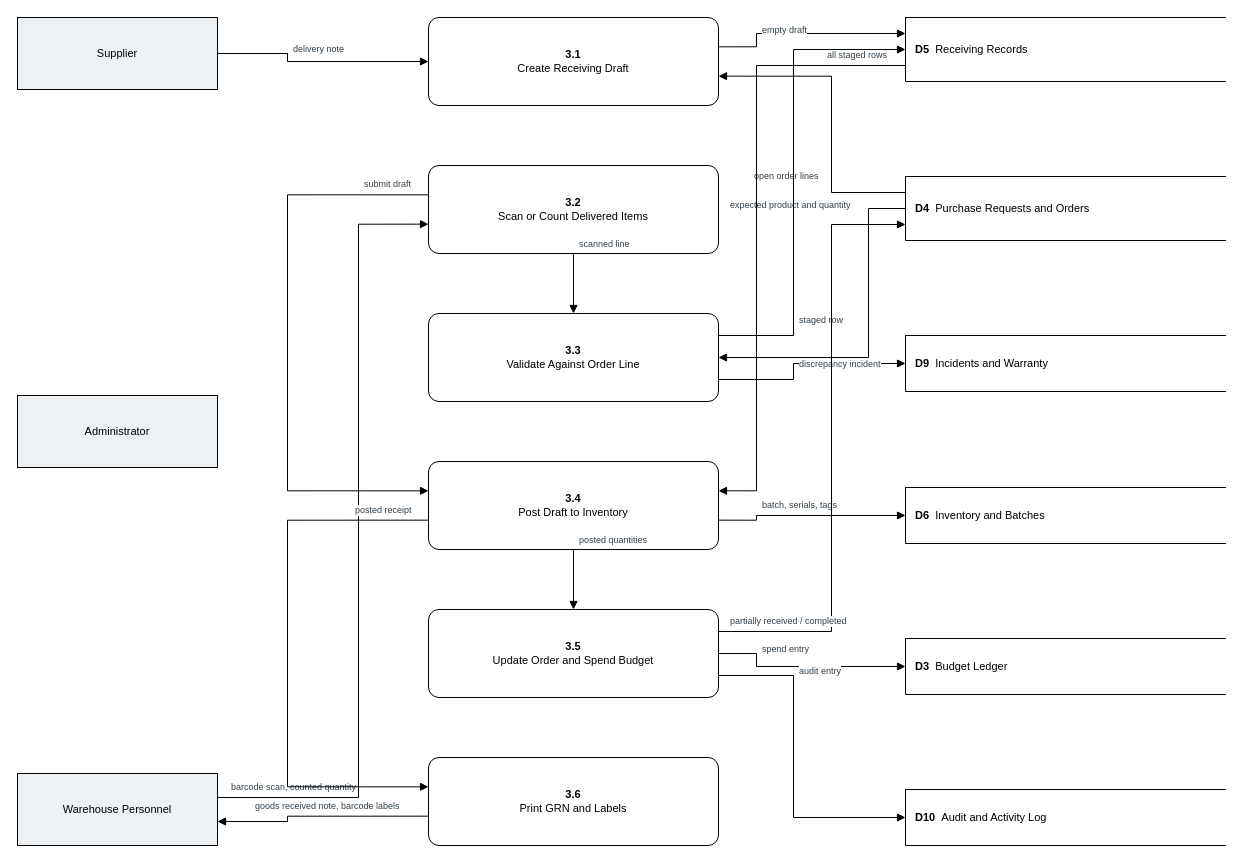
Before: docs/dfd-drawio-single/Level-2-Process-3-0-Receiving.drawio in GROUP34-AirkingCapsProj/group34, a draw.io diagram. Source tidied: cells renumbered, new cells numbered last; positions are measured from the earlier drawing's top-left corner, leaving out a move shared by most shapes. Both pictures are drawn from the tidied source at 100%, with x=0, y=0 at pixel (17, 17).
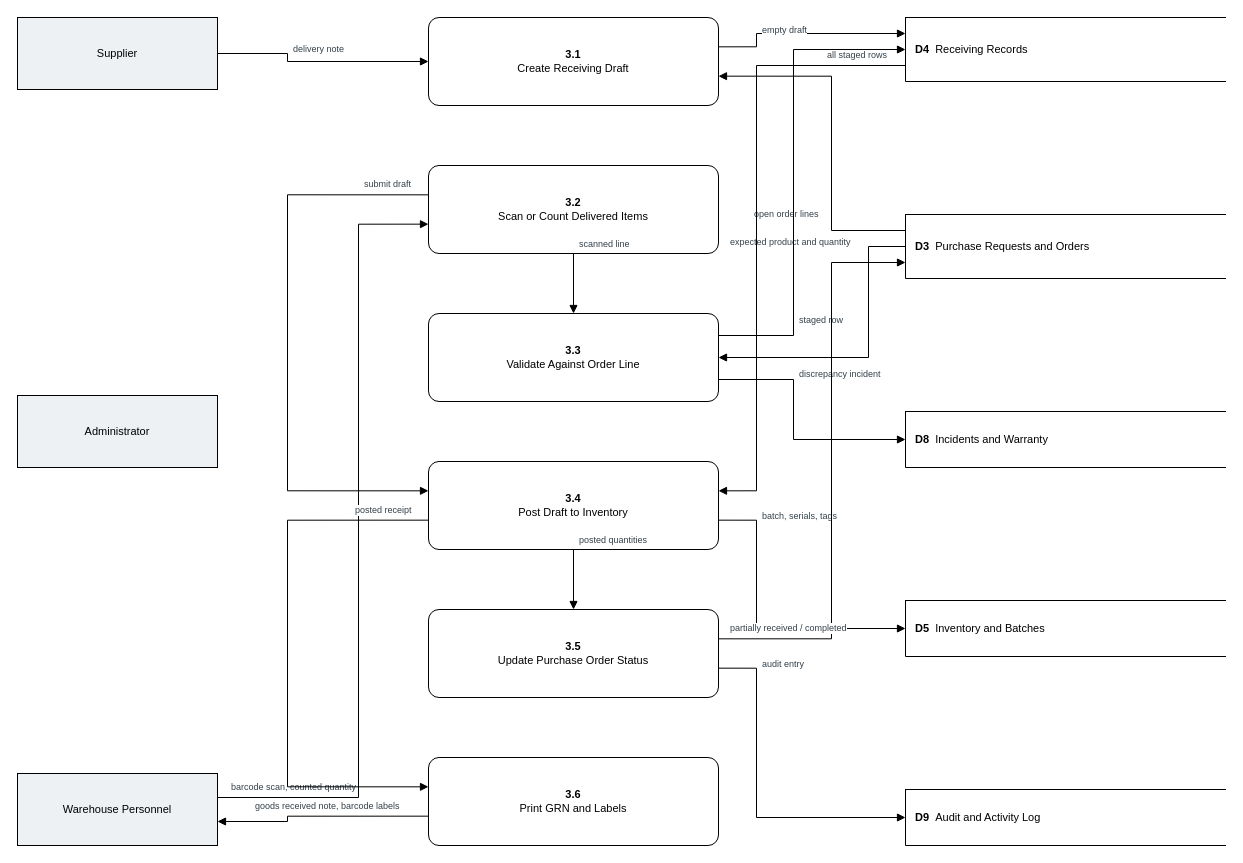
The same diagram, later.

The change refers to these unchanged cells:
```xml
<mxCell id="11" value="&lt;b&gt;3.1&lt;/b&gt;&lt;br&gt;Create Receiving Draft" style="rounded=1;arcSize=12;whiteSpace=wrap;html=1;fillColor=#ffffff;strokeColor=#000000;fontColor=#000000;fontSize=11;verticalAlign=middle;" parent="1" vertex="1">
  <mxGeometry x="411" width="290" height="88" as="geometry" />
</mxCell>
<mxCell id="13" value="&lt;b&gt;3.3&lt;/b&gt;&lt;br&gt;Validate Against Order Line" style="rounded=1;arcSize=12;whiteSpace=wrap;html=1;fillColor=#ffffff;strokeColor=#000000;fontColor=#000000;fontSize=11;verticalAlign=middle;" parent="1" vertex="1">
  <mxGeometry x="411" y="296" width="290" height="88" as="geometry" />
</mxCell>
<mxCell id="14" value="&lt;b&gt;3.4&lt;/b&gt;&lt;br&gt;Post Draft to Inventory" style="rounded=1;arcSize=12;whiteSpace=wrap;html=1;fillColor=#ffffff;strokeColor=#000000;fontColor=#000000;fontSize=11;verticalAlign=middle;" parent="1" vertex="1">
  <mxGeometry x="411" y="444" width="290" height="88" as="geometry" />
</mxCell>
```

Change to the diagram source:
```diff
@@
-    <mxCell id="5" value="&lt;b&gt;D5&lt;/b&gt;&amp;nbsp;&amp;nbsp;Receiving Records" style="shape=partialRectangle;right=0;whiteSpace=wrap;html=1;fillColor=#ffffff;strokeColor=#000000;fontColor=#000000;fontSize=11;align=left;spacingLeft=8;" parent="1" vertex="1">
+    <mxCell id="5" value="&lt;b&gt;D4&lt;/b&gt;&amp;nbsp;&amp;nbsp;Receiving Records" style="shape=partialRectangle;right=0;whiteSpace=wrap;html=1;fillColor=#ffffff;strokeColor=#000000;fontColor=#000000;fontSize=11;align=left;spacingLeft=8;" parent="1" vertex="1">
       <mxGeometry x="888" width="320" height="64" as="geometry" />
     </mxCell>
-    <mxCell id="6" value="&lt;b&gt;D4&lt;/b&gt;&amp;nbsp;&amp;nbsp;Purchase Requests and Orders" style="shape=partialRectangle;right=0;whiteSpace=wrap;html=1;fillColor=#ffffff;strokeColor=#000000;fontColor=#000000;fontSize=11;align=left;spacingLeft=8;" parent="1" vertex="1">
-      <mxGeometry x="888" y="159" width="320" height="64" as="geometry" />
+    <mxCell id="6" value="&lt;b&gt;D3&lt;/b&gt;&amp;nbsp;&amp;nbsp;Purchase Requests and Orders" style="shape=partialRectangle;right=0;whiteSpace=wrap;html=1;fillColor=#ffffff;strokeColor=#000000;fontColor=#000000;fontSize=11;align=left;spacingLeft=8;" parent="1" vertex="1">
+      <mxGeometry x="888" y="197" width="320" height="64" as="geometry" />
     </mxCell>
-    <mxCell id="7" value="&lt;b&gt;D9&lt;/b&gt;&amp;nbsp;&amp;nbsp;Incidents and Warranty" style="shape=partialRectangle;right=0;whiteSpace=wrap;html=1;fillColor=#ffffff;strokeColor=#000000;fontColor=#000000;fontSize=11;align=left;spacingLeft=8;" parent="1" vertex="1">
-      <mxGeometry x="888" y="318" width="320" height="56" as="geometry" />
+    <mxCell id="7" value="&lt;b&gt;D8&lt;/b&gt;&amp;nbsp;&amp;nbsp;Incidents and Warranty" style="shape=partialRectangle;right=0;whiteSpace=wrap;html=1;fillColor=#ffffff;strokeColor=#000000;fontColor=#000000;fontSize=11;align=left;spacingLeft=8;" parent="1" vertex="1">
+      <mxGeometry x="888" y="394" width="320" height="56" as="geometry" />
     </mxCell>
-    <mxCell id="8" value="&lt;b&gt;D6&lt;/b&gt;&amp;nbsp;&amp;nbsp;Inventory and Batches" style="shape=partialRectangle;right=0;whiteSpace=wrap;html=1;fillColor=#ffffff;strokeColor=#000000;fontColor=#000000;fontSize=11;align=left;spacingLeft=8;" parent="1" vertex="1">
-      <mxGeometry x="888" y="470" width="320" height="56" as="geometry" />
+    <mxCell id="8" value="&lt;b&gt;D5&lt;/b&gt;&amp;nbsp;&amp;nbsp;Inventory and Batches" style="shape=partialRectangle;right=0;whiteSpace=wrap;html=1;fillColor=#ffffff;strokeColor=#000000;fontColor=#000000;fontSize=11;align=left;spacingLeft=8;" parent="1" vertex="1">
+      <mxGeometry x="888" y="583" width="320" height="56" as="geometry" />
     </mxCell>
-    <mxCell id="9" value="&lt;b&gt;D3&lt;/b&gt;&amp;nbsp;&amp;nbsp;Budget Ledger" style="shape=partialRectangle;right=0;whiteSpace=wrap;html=1;fillColor=#ffffff;strokeColor=#000000;fontColor=#000000;fontSize=11;align=left;spacingLeft=8;" parent="1" vertex="1">
-      <mxGeometry x="888" y="621" width="320" height="56" as="geometry" />
-    </mxCell>
-    <mxCell id="10" value="&lt;b&gt;D10&lt;/b&gt;&amp;nbsp;&amp;nbsp;Audit and Activity Log" style="shape=partialRectangle;right=0;whiteSpace=wrap;html=1;fillColor=#ffffff;strokeColor=#000000;fontColor=#000000;fontSize=11;align=left;spacingLeft=8;" parent="1" vertex="1">
+    <mxCell id="10" value="&lt;b&gt;D9&lt;/b&gt;&amp;nbsp;&amp;nbsp;Audit and Activity Log" style="shape=partialRectangle;right=0;whiteSpace=wrap;html=1;fillColor=#ffffff;strokeColor=#000000;fontColor=#000000;fontSize=11;align=left;spacingLeft=8;" parent="1" vertex="1">
       <mxGeometry x="888" y="772" width="320" height="56" as="geometry" />
     </mxCell>
@@
-    <mxCell id="15" value="&lt;b&gt;3.5&lt;/b&gt;&lt;br&gt;Update Order and Spend Budget" style="rounded=1;arcSize=12;whiteSpace=wrap;html=1;fillColor=#ffffff;strokeColor=#000000;fontColor=#000000;fontSize=11;verticalAlign=middle;" parent="1" vertex="1">
+    <mxCell id="15" value="&lt;b&gt;3.5&lt;/b&gt;&lt;br&gt;Update Purchase Order Status" style="rounded=1;arcSize=12;whiteSpace=wrap;html=1;fillColor=#ffffff;strokeColor=#000000;fontColor=#000000;fontSize=11;verticalAlign=middle;" parent="1" vertex="1">
       <mxGeometry x="411" y="592" width="290" height="88" as="geometry" />
     </mxCell>
@@
     <mxCell id="18" value="open order lines" style="edgeStyle=orthogonalEdgeStyle;rounded=0;html=1;strokeColor=#000000;fontColor=#33404a;fontSize=9;endArrow=block;endFill=1;labelBackgroundColor=#ffffff;align=left;verticalAlign=bottom;exitX=0.0000;exitY=0.2500;exitDx=0;exitDy=0;entryX=1.0000;entryY=0.6667;entryDx=0;entryDy=0;" parent="1" edge="1" source="6" target="11">
-      <mxGeometry x="-0.47" relative="1" as="geometry">
+      <mxGeometry x="-0.53" relative="1" as="geometry">
         <Array as="points">
-          <mxPoint x="814" y="175" />
+          <mxPoint x="814" y="213" />
           <mxPoint x="814" y="59" />
         </Array>
         <mxPoint x="-79" y="-2" as="offset" />
       </mxGeometry>
     </mxCell>
@@
     <mxCell id="22" value="expected product and quantity" style="edgeStyle=orthogonalEdgeStyle;rounded=0;html=1;strokeColor=#000000;fontColor=#33404a;fontSize=9;endArrow=block;endFill=1;labelBackgroundColor=#ffffff;align=left;verticalAlign=bottom;exitX=0.0000;exitY=0.5000;exitDx=0;exitDy=0;entryX=1.0000;entryY=0.5000;entryDx=0;entryDy=0;" parent="1" edge="1" source="6" target="13">
-      <mxGeometry x="-0.74" relative="1" as="geometry">
+      <mxGeometry x="-0.71" relative="1" as="geometry">
         <Array as="points">
-          <mxPoint x="851" y="191" />
+          <mxPoint x="851" y="229" />
           <mxPoint x="851" y="340" />
         </Array>
         <mxPoint x="-140" y="-2" as="offset" />
       </mxGeometry>
     </mxCell>
     <mxCell id="23" value="discrepancy incident" style="edgeStyle=orthogonalEdgeStyle;rounded=0;html=1;strokeColor=#000000;fontColor=#33404a;fontSize=9;endArrow=block;endFill=1;labelBackgroundColor=#ffffff;align=left;verticalAlign=bottom;exitX=1.0000;exitY=0.7500;exitDx=0;exitDy=0;entryX=0.0000;entryY=0.5000;entryDx=0;entryDy=0;" parent="1" edge="1" source="13" target="7">
-      <mxGeometry x="-0.21" relative="1" as="geometry">
+      <mxGeometry x="-0.35" relative="1" as="geometry">
         <Array as="points">
           <mxPoint x="776" y="362" />
-          <mxPoint x="776" y="346" />
+          <mxPoint x="776" y="422" />
         </Array>
         <mxPoint x="4" y="-2" as="offset" />
       </mxGeometry>
     </mxCell>
@@
     <mxCell id="27" value="batch, serials, tags" style="edgeStyle=orthogonalEdgeStyle;rounded=0;html=1;strokeColor=#000000;fontColor=#33404a;fontSize=9;endArrow=block;endFill=1;labelBackgroundColor=#ffffff;align=left;verticalAlign=bottom;exitX=1.0000;exitY=0.6667;exitDx=0;exitDy=0;entryX=0.0000;entryY=0.5000;entryDx=0;entryDy=0;" parent="1" edge="1" source="14" target="8">
-      <mxGeometry x="-0.55" relative="1" as="geometry">
+      <mxGeometry x="-0.7" relative="1" as="geometry">
         <Array as="points">
           <mxPoint x="739" y="503" />
-          <mxPoint x="739" y="498" />
+          <mxPoint x="739" y="611" />
         </Array>
         <mxPoint x="4" y="-2" as="offset" />
       </mxGeometry>
     </mxCell>
@@
-    <mxCell id="29" value="partially received / completed" style="edgeStyle=orthogonalEdgeStyle;rounded=0;html=1;strokeColor=#000000;fontColor=#33404a;fontSize=9;endArrow=block;endFill=1;labelBackgroundColor=#ffffff;align=left;verticalAlign=bottom;exitX=1.0000;exitY=0.2500;exitDx=0;exitDy=0;entryX=0.0000;entryY=0.7500;entryDx=0;entryDy=0;" parent="1" edge="1" source="15" target="6">
+    <mxCell id="29" value="partially received / completed" style="edgeStyle=orthogonalEdgeStyle;rounded=0;html=1;strokeColor=#000000;fontColor=#33404a;fontSize=9;endArrow=block;endFill=1;labelBackgroundColor=#ffffff;align=left;verticalAlign=bottom;exitX=1.0000;exitY=0.3333;exitDx=0;exitDy=0;entryX=0.0000;entryY=0.7500;entryDx=0;entryDy=0;" parent="1" edge="1" source="15" target="6">
       <mxGeometry x="-0.98" relative="1" as="geometry">
         <Array as="points">
-          <mxPoint x="814" y="614" />
-          <mxPoint x="814" y="207" />
+          <mxPoint x="814" y="621" />
+          <mxPoint x="814" y="245" />
         </Array>
         <mxPoint x="4" y="-2" as="offset" />
       </mxGeometry>
     </mxCell>
-    <mxCell id="30" value="spend entry" style="edgeStyle=orthogonalEdgeStyle;rounded=0;html=1;strokeColor=#000000;fontColor=#33404a;fontSize=9;endArrow=block;endFill=1;labelBackgroundColor=#ffffff;align=left;verticalAlign=bottom;exitX=1.0000;exitY=0.5000;exitDx=0;exitDy=0;entryX=0.0000;entryY=0.5000;entryDx=0;entryDy=0;" parent="1" edge="1" source="15" target="9">
-      <mxGeometry x="-0.56" relative="1" as="geometry">
-        <Array as="points">
-          <mxPoint x="739" y="636" />
-          <mxPoint x="739" y="649" />
-        </Array>
-        <mxPoint x="4" y="-2" as="offset" />
-      </mxGeometry>
-    </mxCell>
-    <mxCell id="31" value="audit entry" style="edgeStyle=orthogonalEdgeStyle;rounded=0;html=1;strokeColor=#000000;fontColor=#33404a;fontSize=9;endArrow=block;endFill=1;labelBackgroundColor=#ffffff;align=left;verticalAlign=bottom;exitX=1.0000;exitY=0.7500;exitDx=0;exitDy=0;entryX=0.0000;entryY=0.5000;entryDx=0;entryDy=0;" parent="1" edge="1" source="15" target="10">
-      <mxGeometry x="-0.51" relative="1" as="geometry">
+    <mxCell id="31" value="audit entry" style="edgeStyle=orthogonalEdgeStyle;rounded=0;html=1;strokeColor=#000000;fontColor=#33404a;fontSize=9;endArrow=block;endFill=1;labelBackgroundColor=#ffffff;align=left;verticalAlign=bottom;exitX=1.0000;exitY=0.6667;exitDx=0;exitDy=0;entryX=0.0000;entryY=0.5000;entryDx=0;entryDy=0;" parent="1" edge="1" source="15" target="10">
+      <mxGeometry x="-0.74" relative="1" as="geometry">
         <Array as="points">
-          <mxPoint x="776" y="658" />
-          <mxPoint x="776" y="800" />
+          <mxPoint x="739" y="651" />
+          <mxPoint x="739" y="800" />
         </Array>
         <mxPoint x="4" y="-2" as="offset" />
       </mxGeometry>
     </mxCell>
```
